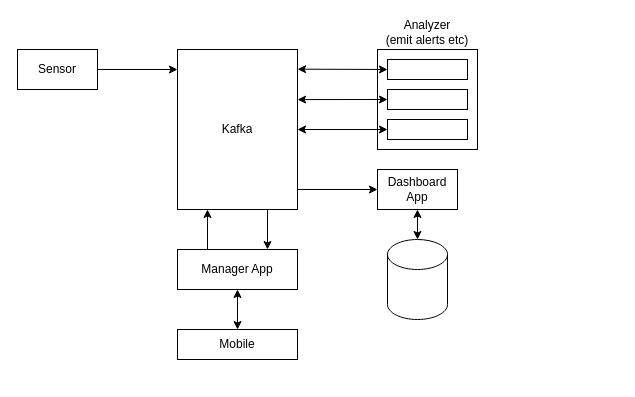
This is architecture.drawio from steinerkelvin/kafka-project, a draw.io file, before an edit. Source tidied: cells renumbered, new cells numbered last; positions are measured from the earlier drawing's top-left corner, leaving out a move shared by most shapes. Both pictures are drawn from the tidied source at 100%, with x=0, y=0 at pixel (17, 49).
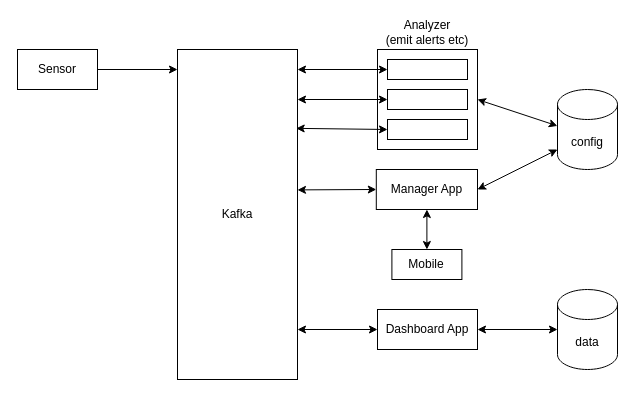
The same diagram, later.

The change refers to these unchanged cells:
```xml
<mxCell id="15" value="Analyzer&lt;br&gt;(emit alerts etc)" style="rounded=0;whiteSpace=wrap;html=1;labelPosition=center;verticalLabelPosition=top;align=center;verticalAlign=bottom;" parent="14" vertex="1">
  <mxGeometry width="100" height="100" as="geometry" />
</mxCell>
<mxCell id="16" style="rounded=0;whiteSpace=wrap;html=1;" parent="14" vertex="1">
  <mxGeometry x="10" y="10" width="80" height="20" as="geometry" />
</mxCell>
<mxCell id="17" style="rounded=0;whiteSpace=wrap;html=1;" parent="14" vertex="1">
  <mxGeometry x="10" y="70" width="80" height="20" as="geometry" />
</mxCell>
<mxCell id="18" style="rounded=0;whiteSpace=wrap;html=1;fontStyle=1;" parent="14" vertex="1">
  <mxGeometry x="10" y="40" width="80" height="20" as="geometry" />
</mxCell>
```

The edit, as a diff of the source:
```diff
@@
     <mxCell id="2" value="&lt;div&gt;Kafka&lt;/div&gt;" style="rounded=0;whiteSpace=wrap;html=1;" parent="1" vertex="1">
-      <mxGeometry x="160" width="120" height="160" as="geometry" />
+      <mxGeometry x="160" width="120" height="330" as="geometry" />
     </mxCell>
@@
     <mxCell id="5" value="&lt;div&gt;Manager App&lt;/div&gt;" style="rounded=0;whiteSpace=wrap;html=1;" parent="1" vertex="1">
-      <mxGeometry x="160" y="200" width="120" height="40" as="geometry" />
+      <mxGeometry x="358.8" y="120" width="101.2" height="40" as="geometry" />
     </mxCell>
     <mxCell id="6" value="Mobile" style="rounded=0;whiteSpace=wrap;html=1;" parent="1" vertex="1">
-      <mxGeometry x="160" y="280" width="120" height="30" as="geometry" />
+      <mxGeometry x="374.4" y="200" width="70" height="30" as="geometry" />
     </mxCell>
-    <mxCell id="7" style="endArrow=classic;html=1;rounded=0;exitX=0.25;exitY=0;exitDx=0;exitDy=0;entryX=0.25;entryY=1;entryDx=0;entryDy=0;" parent="1" edge="1" source="5" target="2">
-      <mxGeometry relative="1" as="geometry" />
-    </mxCell>
-    <mxCell id="8" style="endArrow=classic;html=1;rounded=0;exitX=0.75;exitY=1;exitDx=0;exitDy=0;entryX=0.75;entryY=0;entryDx=0;entryDy=0;" parent="1" edge="1" source="2" target="5">
-      <mxGeometry relative="1" as="geometry" />
+    <mxCell id="8" style="endArrow=classic;html=1;rounded=0;exitX=1.01;exitY=0.835;exitDx=0;exitDy=0;entryX=0;entryY=0.5;entryDx=0;entryDy=0;startArrow=classic;startFill=1;exitPerimeter=0;" parent="1" edge="1" target="5">
+      <mxGeometry relative="1" as="geometry">
+        <mxPoint x="280" y="140.4" as="sourcePoint" />
+      </mxGeometry>
     </mxCell>
-    <mxCell id="9" style="endArrow=classic;html=1;rounded=0;entryX=0;entryY=0.5;entryDx=0;entryDy=0;" parent="1" edge="1">
+    <mxCell id="9" style="endArrow=classic;html=1;rounded=0;entryX=0;entryY=0.5;entryDx=0;entryDy=0;startArrow=classic;startFill=1;" parent="1" edge="1">
       <mxGeometry relative="1" as="geometry">
-        <mxPoint x="280" y="140" as="sourcePoint" />
-        <mxPoint x="360" y="140" as="targetPoint" />
+        <mxPoint x="280" y="280" as="sourcePoint" />
+        <mxPoint x="360" y="280" as="targetPoint" />
       </mxGeometry>
     </mxCell>
     <mxCell id="10" value="&lt;div&gt;Dashboard App&lt;/div&gt;" style="rounded=0;whiteSpace=wrap;html=1;" parent="1" vertex="1">
-      <mxGeometry x="360" y="120" width="80" height="40" as="geometry" />
+      <mxGeometry x="360" y="260" width="100" height="40" as="geometry" />
     </mxCell>
-    <mxCell id="11" style="shape=cylinder3;whiteSpace=wrap;html=1;boundedLbl=1;backgroundOutline=1;size=15;" parent="1" vertex="1">
-      <mxGeometry x="370" y="190" width="60" height="80" as="geometry" />
+    <mxCell id="11" value="config" style="shape=cylinder3;whiteSpace=wrap;html=1;boundedLbl=1;backgroundOutline=1;size=15;" parent="1" vertex="1">
+      <mxGeometry x="540" y="40" width="60" height="80" as="geometry" />
     </mxCell>
@@
-    <mxCell id="13" style="endArrow=classic;startArrow=classic;html=1;rounded=0;entryX=0.5;entryY=1;entryDx=0;entryDy=0;exitX=0.5;exitY=0;exitDx=0;exitDy=0;exitPerimeter=0;" parent="1" edge="1" source="11" target="10">
-      <mxGeometry relative="1" as="geometry" />
-    </mxCell>
@@
-    <mxCell id="19" style="endArrow=classic;startArrow=classic;html=1;rounded=0;exitX=0;exitY=0.5;exitDx=0;exitDy=0;entryX=1.001;entryY=0.123;entryDx=0;entryDy=0;entryPerimeter=0;" parent="1" edge="1" source="16" target="2">
-      <mxGeometry relative="1" as="geometry" />
+    <mxCell id="19" style="endArrow=classic;startArrow=classic;html=1;rounded=0;exitX=0;exitY=0.5;exitDx=0;exitDy=0;" parent="1" edge="1" source="16">
+      <mxGeometry relative="1" as="geometry">
+        <mxPoint x="280" y="20" as="targetPoint" />
+      </mxGeometry>
     </mxCell>
-    <mxCell id="20" style="endArrow=classic;startArrow=classic;html=1;rounded=0;entryX=0;entryY=0.5;entryDx=0;entryDy=0;exitX=1.001;exitY=0.313;exitDx=0;exitDy=0;exitPerimeter=0;" parent="1" edge="1" source="2" target="18">
-      <mxGeometry relative="1" as="geometry" />
+    <mxCell id="20" style="endArrow=classic;startArrow=classic;html=1;rounded=0;entryX=0;entryY=0.5;entryDx=0;entryDy=0;" parent="1" edge="1" target="18">
+      <mxGeometry relative="1" as="geometry">
+        <mxPoint x="280" y="50" as="sourcePoint" />
+      </mxGeometry>
     </mxCell>
-    <mxCell id="21" style="endArrow=classic;startArrow=classic;html=1;rounded=0;entryX=0;entryY=0.5;entryDx=0;entryDy=0;exitX=1;exitY=0.5;exitDx=0;exitDy=0;" parent="1" edge="1" source="2" target="17">
+    <mxCell id="21" style="endArrow=classic;startArrow=classic;html=1;rounded=0;entryX=0;entryY=0.5;entryDx=0;entryDy=0;exitX=0.989;exitY=0.239;exitDx=0;exitDy=0;exitPerimeter=0;" parent="1" edge="1" source="2" target="17">
       <mxGeometry relative="1" as="geometry" />
     </mxCell>
+    <mxCell id="22" value="data" style="shape=cylinder3;whiteSpace=wrap;html=1;boundedLbl=1;backgroundOutline=1;size=15;" parent="1" vertex="1">
+      <mxGeometry x="540" y="240" width="60" height="80" as="geometry" />
+    </mxCell>
+    <mxCell id="23" style="endArrow=classic;startArrow=classic;html=1;rounded=0;exitX=1;exitY=0.5;exitDx=0;exitDy=0;entryX=0;entryY=0.5;entryDx=0;entryDy=0;entryPerimeter=0;" parent="1" edge="1" source="10" target="22">
+      <mxGeometry relative="1" as="geometry" />
+    </mxCell>
+    <mxCell id="24" style="endArrow=classic;startArrow=classic;html=1;rounded=0;" parent="1" edge="1">
+      <mxGeometry relative="1" as="geometry">
+        <mxPoint x="460" y="140" as="sourcePoint" />
+        <mxPoint x="540" y="100" as="targetPoint" />
+      </mxGeometry>
+    </mxCell>
+    <mxCell id="25" style="endArrow=classic;startArrow=classic;html=1;rounded=0;exitX=1;exitY=0.5;exitDx=0;exitDy=0;entryX=-0.002;entryY=0.455;entryDx=0;entryDy=0;entryPerimeter=0;" parent="1" edge="1" source="15" target="11">
+      <mxGeometry relative="1" as="geometry" />
+    </mxCell>
```
